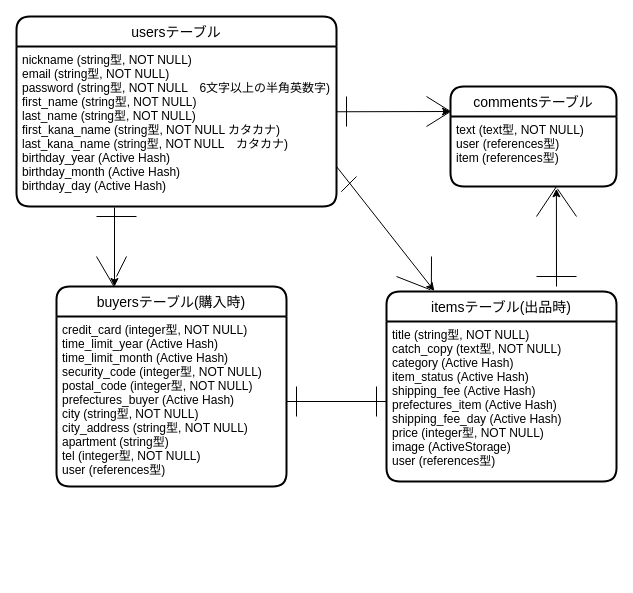
nao1008ya/furima-31053 keeps this draw.io diagram as page "ページ1" (1 of 2) of furima.dio. Above is the earlier version. Source tidied: cells renumbered, new cells numbered last; positions are measured from the earlier drawing's top-left corner, leaving out a move shared by most shapes. Both pictures are drawn from the tidied source at 100%, with x=0, y=0 at pixel (16, 16).
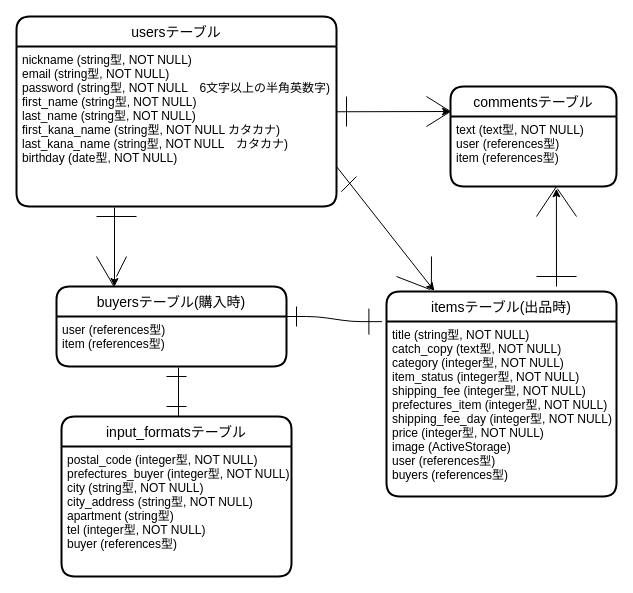
The same page after the edit.

Unchanged cells that the change refers to:
```xml
<mxCell id="2" value="usersテーブル" style="swimlane;horizontal=1;startSize=30;rounded=1;fontSize=14;fontStyle=0;strokeWidth=2;shadow=0;dashed=0;align=center;" parent="1" vertex="1">
  <mxGeometry width="320" height="190" as="geometry" />
</mxCell>
```

Diff of the diagram source:
```diff
@@
-    <mxCell id="3" value="nickname (string型, NOT NULL)&#10;email (string型, NOT NULL)&#10;password (string型, NOT NULL　6文字以上の半角英数字)&#10;first_name (string型, NOT NULL)&#10;last_name (string型, NOT NULL)&#10;first_kana_name (string型, NOT NULL カタカナ)&#10;last_kana_name (string型, NOT NULL　カタカナ)&#10;birthday_year (Active Hash)&#10;birthday_month (Active Hash)&#10;birthday_day (Active Hash)" style="align=left;strokeColor=none;fillColor=none;spacingLeft=4;fontSize=12;verticalAlign=top;" parent="2" vertex="1">
+    <mxCell id="3" value="nickname (string型, NOT NULL)&#10;email (string型, NOT NULL)&#10;password (string型, NOT NULL　6文字以上の半角英数字)&#10;first_name (string型, NOT NULL)&#10;last_name (string型, NOT NULL)&#10;first_kana_name (string型, NOT NULL カタカナ)&#10;last_kana_name (string型, NOT NULL　カタカナ)&#10;birthday (date型, NOT NULL)" style="align=left;strokeColor=none;fillColor=none;spacingLeft=4;fontSize=12;verticalAlign=top;" parent="2" vertex="1">
       <mxGeometry y="30" width="320" height="160" as="geometry" />
     </mxCell>
     <mxCell id="4" value="buyersテーブル(購入時)" style="swimlane;horizontal=1;startSize=30;rounded=1;fontSize=14;fontStyle=0;strokeWidth=2;shadow=0;dashed=0;align=center;" parent="1" vertex="1">
-      <mxGeometry x="40" y="270" width="230" height="200" as="geometry" />
+      <mxGeometry x="40" y="270" width="230" height="80" as="geometry" />
     </mxCell>
-    <mxCell id="5" value="credit_card (integer型, NOT NULL)&#10;time_limit_year (Active Hash)&#10;time_limit_month (Active Hash)&#10;security_code (integer型, NOT NULL)&#10;postal_code (integer型, NOT NULL)&#10;prefectures_buyer (Active Hash)&#10;city (string型, NOT NULL)&#10;city_address (string型, NOT NULL)&#10;apartment (string型)&#10;tel (integer型, NOT NULL)&#10;user (references型)" style="align=left;strokeColor=none;fillColor=none;spacingLeft=4;fontSize=12;verticalAlign=top;" parent="4" vertex="1">
-      <mxGeometry y="30" width="230" height="170" as="geometry" />
+    <mxCell id="5" value="user (references型)&#10;item (references型)" style="align=left;strokeColor=none;fillColor=none;spacingLeft=4;fontSize=12;verticalAlign=top;" parent="4" vertex="1">
+      <mxGeometry y="30" width="230" height="50" as="geometry" />
     </mxCell>
@@
     <mxCell id="8" value="itemsテーブル(出品時)" style="swimlane;horizontal=1;startSize=30;rounded=1;fontSize=14;fontStyle=0;strokeWidth=2;shadow=0;dashed=0;align=center;" parent="1" vertex="1">
-      <mxGeometry x="370" y="275" width="230" height="190" as="geometry" />
+      <mxGeometry x="370" y="275" width="230" height="205" as="geometry" />
     </mxCell>
-    <mxCell id="9" value="title (string型, NOT NULL)&#10;catch_copy (text型, NOT NULL)&#10;category (Active Hash)&#10;item_status (Active Hash)&#10;shipping_fee (Active Hash)&#10;prefectures_item (Active Hash)&#10;shipping_fee_day (Active Hash)&#10;price (integer型, NOT NULL)&#10;image (ActiveStorage)&#10;user (references型)" style="align=left;strokeColor=none;fillColor=none;spacingLeft=4;fontSize=12;verticalAlign=top;" parent="8" vertex="1">
-      <mxGeometry y="30" width="230" height="160" as="geometry" />
+    <mxCell id="9" value="title (string型, NOT NULL)&#10;catch_copy (text型, NOT NULL)&#10;category (integer型, NOT NULL)&#10;item_status (integer型, NOT NULL)&#10;shipping_fee (integer型, NOT NULL)&#10;prefectures_item (integer型, NOT NULL)&#10;shipping_fee_day (integer型, NOT NULL)&#10;price (integer型, NOT NULL)&#10;image (ActiveStorage)&#10;user (references型)&#10;buyers (references型)" style="align=left;strokeColor=none;fillColor=none;spacingLeft=4;fontSize=12;verticalAlign=top;" parent="8" vertex="1">
+      <mxGeometry y="30" width="230" height="175" as="geometry" />
     </mxCell>
@@
-    <mxCell id="19" style="endArrow=none;html=1;exitX=1;exitY=0.5;exitDx=0;exitDy=0;entryX=0;entryY=0.5;entryDx=0;entryDy=0;" parent="1" edge="1" source="5" target="9">
-      <mxGeometry relative="1" as="geometry" />
-    </mxCell>
-    <mxCell id="20" style="endArrow=none;html=1;" parent="1" edge="1">
-      <mxGeometry relative="1" as="geometry">
-        <mxPoint x="280" y="400" as="sourcePoint" />
-        <mxPoint x="280" y="370" as="targetPoint" />
-      </mxGeometry>
-    </mxCell>
-    <mxCell id="21" style="endArrow=none;html=1;" parent="1" edge="1">
-      <mxGeometry relative="1" as="geometry">
-        <mxPoint x="360" y="400" as="sourcePoint" />
-        <mxPoint x="360" y="370" as="targetPoint" />
-      </mxGeometry>
-    </mxCell>
@@
+    <mxCell id="32" value="input_formatsテーブル" style="swimlane;horizontal=1;startSize=30;rounded=1;fontSize=14;fontStyle=0;strokeWidth=2;shadow=0;dashed=0;align=center;" parent="1" vertex="1">
+      <mxGeometry x="45" y="400" width="230" height="160" as="geometry" />
+    </mxCell>
+    <mxCell id="33" value="postal_code (integer型, NOT NULL)&#10;prefectures_buyer (integer型, NOT NULL)&#10;city (string型, NOT NULL)&#10;city_address (string型, NOT NULL)&#10;apartment (string型)&#10;tel (integer型, NOT NULL)&#10;buyer (references型)" style="align=left;strokeColor=none;fillColor=none;spacingLeft=4;fontSize=12;verticalAlign=top;" parent="32" vertex="1">
+      <mxGeometry y="30" width="230" height="130" as="geometry" />
+    </mxCell>
+    <mxCell id="34" style="edgeStyle=orthogonalEdgeStyle;rounded=0;orthogonalLoop=1;jettySize=auto;html=1;exitX=0.5;exitY=1;exitDx=0;exitDy=0;" parent="32" edge="1" source="33" target="33">
+      <mxGeometry relative="1" as="geometry" />
+    </mxCell>
+    <mxCell id="35" style="edgeStyle=orthogonalEdgeStyle;rounded=0;orthogonalLoop=1;jettySize=auto;html=1;" parent="32" edge="1">
+      <mxGeometry relative="1" as="geometry">
+        <mxPoint x="115" y="30" as="sourcePoint" />
+        <mxPoint x="115" y="30" as="targetPoint" />
+      </mxGeometry>
+    </mxCell>
+    <mxCell id="36" style="edgeStyle=entityRelationEdgeStyle;fontSize=12;html=1;endArrow=ERone;endFill=1;entryX=-0.02;entryY=0.147;entryDx=0;entryDy=0;entryPerimeter=0;exitX=1;exitY=0;exitDx=0;exitDy=0;endSize=24;startSize=16;" parent="1" edge="1" source="5" target="8">
+      <mxGeometry relative="1" as="geometry" />
+    </mxCell>
+    <mxCell id="37" style="endArrow=none;html=1;" parent="1" edge="1">
+      <mxGeometry relative="1" as="geometry">
+        <mxPoint x="280" y="310" as="sourcePoint" />
+        <mxPoint x="280" y="290" as="targetPoint" />
+      </mxGeometry>
+    </mxCell>
+    <mxCell id="38" style="endArrow=none;html=1;" parent="1" edge="1">
+      <mxGeometry relative="1" as="geometry">
+        <mxPoint x="162" y="400" as="sourcePoint" />
+        <mxPoint x="162" y="351" as="targetPoint" />
+      </mxGeometry>
+    </mxCell>
+    <mxCell id="39" style="endArrow=none;html=1;" parent="1" edge="1">
+      <mxGeometry relative="1" as="geometry">
+        <mxPoint x="150" y="360" as="sourcePoint" />
+        <mxPoint x="170" y="360" as="targetPoint" />
+      </mxGeometry>
+    </mxCell>
+    <mxCell id="40" style="endArrow=none;html=1;" parent="1" edge="1">
+      <mxGeometry relative="1" as="geometry">
+        <mxPoint x="150" y="390" as="sourcePoint" />
+        <mxPoint x="170" y="390" as="targetPoint" />
+      </mxGeometry>
+    </mxCell>
```
